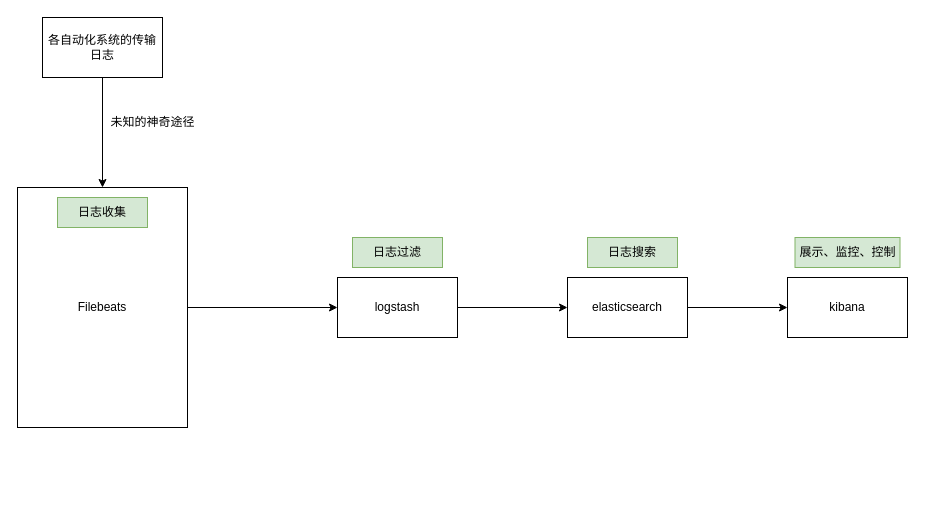
Above: ELK.drawio in YingSi163/Effy (draw.io), before the change. Source tidied: cells renumbered, new cells numbered last; positions are measured from the earlier drawing's top-left corner, leaving out a move shared by most shapes. Both pictures are drawn from the tidied source at 100%, with x=0, y=0 at pixel (17, 17).
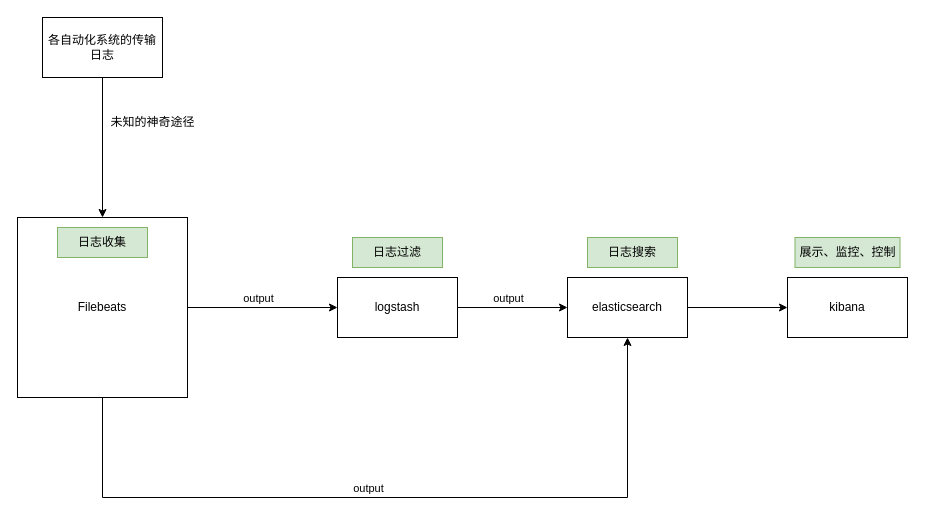
Above is the later version.

The change refers to these unchanged cells:
```xml
<mxCell id="4" value="elasticsearch" style="rounded=0;whiteSpace=wrap;html=1;" parent="1" vertex="1">
  <mxGeometry x="550" y="260" width="120" height="60" as="geometry" />
</mxCell>
<mxCell id="6" style="endArrow=classic;html=1;rounded=0;exitX=1;exitY=0.5;exitDx=0;exitDy=0;entryX=0;entryY=0.5;entryDx=0;entryDy=0;" parent="1" edge="1" source="2" target="3">
  <mxGeometry relative="1" as="geometry" />
</mxCell>
```

The edit, as a diff of the source:
```diff
@@
     <mxCell id="2" value="Filebeats" style="rounded=0;whiteSpace=wrap;html=1;" parent="1" vertex="1">
-      <mxGeometry y="170" width="170" height="240" as="geometry" />
+      <mxGeometry y="200" width="170" height="180" as="geometry" />
     </mxCell>
@@
+    <mxCell id="16" value="output" style="edgeLabel;html=1;align=center;verticalAlign=middle;" parent="6" vertex="1">
+      <mxGeometry x="0.13" y="-1" relative="1" as="geometry">
+        <mxPoint x="-15" y="-11" as="offset" />
+      </mxGeometry>
+    </mxCell>
@@
     <mxCell id="9" value="日志收集" style="rounded=0;whiteSpace=wrap;html=1;fillColor=#d5e8d4;strokeColor=#82b366;" parent="1" vertex="1">
-      <mxGeometry x="40" y="180" width="90" height="30" as="geometry" />
+      <mxGeometry x="40" y="210" width="90" height="30" as="geometry" />
     </mxCell>
@@
+    <mxCell id="17" value="output" style="edgeLabel;html=1;align=center;verticalAlign=middle;" parent="1" vertex="1">
+      <mxGeometry x="490" y="280" as="geometry" />
+    </mxCell>
+    <mxCell id="18" style="endArrow=classic;html=1;rounded=0;exitX=0.5;exitY=1;exitDx=0;exitDy=0;entryX=0.5;entryY=1;entryDx=0;entryDy=0;" parent="1" edge="1" source="2" target="4">
+      <mxGeometry relative="1" as="geometry">
+        <Array as="points">
+          <mxPoint x="85" y="480" />
+          <mxPoint x="610" y="480" />
+        </Array>
+      </mxGeometry>
+    </mxCell>
+    <mxCell id="19" value="output" style="edgeLabel;html=1;align=center;verticalAlign=middle;" parent="1" vertex="1">
+      <mxGeometry x="350" y="470" as="geometry" />
+    </mxCell>
```
